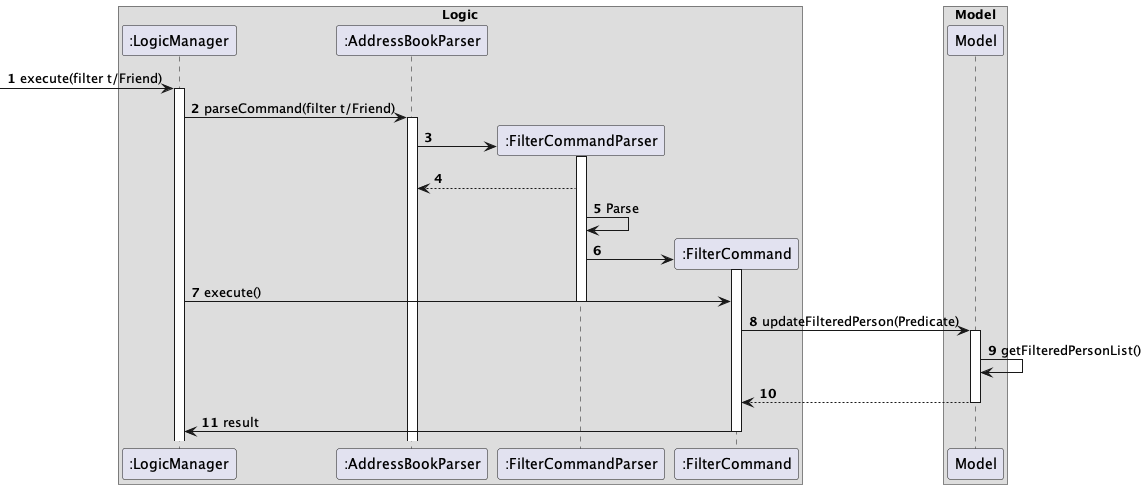
The PlantUML diagram diagrams/FilterTagSequenceDiagram.png in AY2324S1-CS2103-W14-1/tp, before a commit.
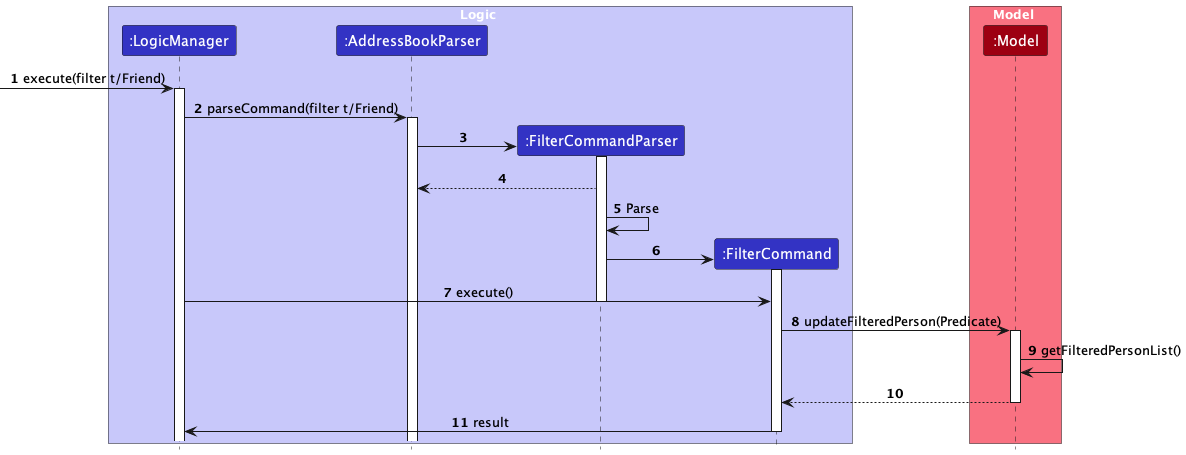
Later version of the same file.

The edit, as a diff of the source:
```diff
@@ -1,10 +1,16 @@
 @startuml
+!include style.puml
+skinparam ArrowFontStyle plain
 
-box Logic
-participant ":LogicManager" as LogicManager
-participant ":AddressBookParser" as AddressBookParser
-participant ":FilterCommandParser" as FilterCommandParser
-participant ":FilterCommand" as FilterCommand
+box Logic LOGIC_COLOR_T1
+participant ":LogicManager" as LogicManager LOGIC_COLOR
+participant ":AddressBookParser" as AddressBookParser LOGIC_COLOR
+participant ":FilterCommandParser" as FilterCommandParser LOGIC_COLOR
+participant ":FilterCommand" as FilterCommand LOGIC_COLOR
+end box
+
+box Model MODEL_COLOR_T1
+participant ":Model" as Model MODEL_COLOR
 end box
 
 autonumber
@@ -35,7 +41,5 @@
 LogicManager <- FilterCommand: result
 deactivate FilterCommand
 
-box Model
-participant ":Model" as Model
-end box
+
 @enduml
```
